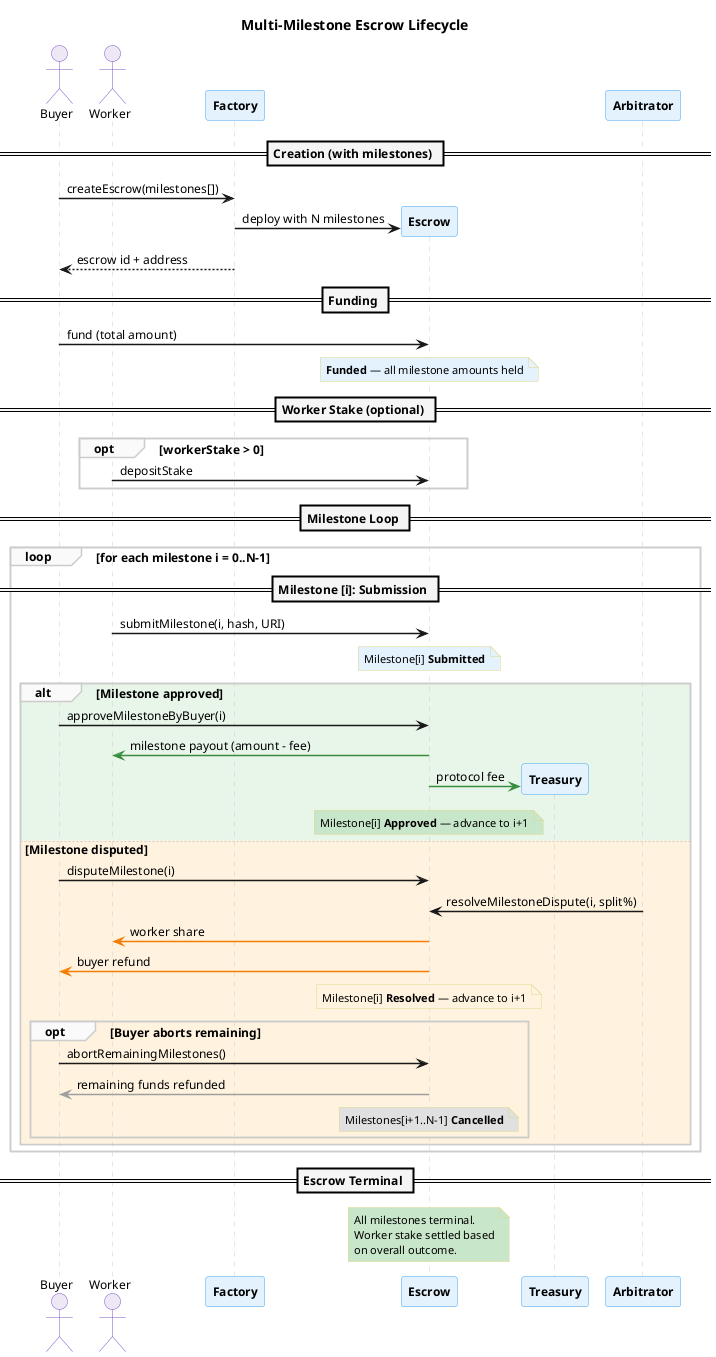
Earlier version of the PlantUML export docs/diagrams/milestone-lifecycle-sequence.png (eddiefleurent/agent-escrow). The source it was exported from:
```plantuml
@startuml milestone-lifecycle-sequence
skinparam backgroundColor #FFFFFF
skinparam defaultFontName "Helvetica"
skinparam defaultFontSize 12
skinparam shadowing false
skinparam sequenceArrowThickness 1.5
skinparam sequenceLifeLineBorderColor #CCCCCC
skinparam sequenceDividerBackgroundColor #F5F5F5
skinparam sequenceDividerFontStyle bold
skinparam sequenceGroupBackgroundColor #FAFAFA
skinparam sequenceGroupBorderColor #CCCCCC

skinparam participant {
  BorderColor #42A5F5
  BackgroundColor #E3F2FD
  FontStyle bold
}

skinparam actor {
  BorderColor #7E57C2
  BackgroundColor #EDE7F6
}

skinparam note {
  BackgroundColor #FFFDE7
  BorderColor #E0D68A
  FontSize 11
}

title Multi-Milestone Escrow Lifecycle

actor "Buyer" as buyer
actor "Worker" as worker
participant "Factory" as factory

== Creation (with milestones) ==

buyer -> factory : createEscrow(milestones[])
factory -> "Escrow" as escrow ** : deploy with N milestones
factory --> buyer : escrow id + address

== Funding ==

buyer -> escrow : fund (total amount)
note over escrow #E3F2FD : **Funded** — all milestone amounts held

== Worker Stake (optional) ==

opt workerStake > 0
  worker -> escrow : depositStake
end

== Milestone Loop ==

loop for each milestone i = 0..N-1

  == Milestone [i]: Submission ==

  worker -> escrow : submitMilestone(i, hash, URI)
  note over escrow #E3F2FD : Milestone[i] **Submitted**

  alt #E8F5E9 Milestone approved
    buyer -> escrow : approveMilestoneByBuyer(i)
    escrow -[#388E3C]> worker : milestone payout (amount - fee)
    escrow -[#388E3C]> "Treasury" as treasury ** #E8F5E9 : protocol fee
    note over escrow #C8E6C9 : Milestone[i] **Approved** — advance to i+1

  else #FFF3E0 Milestone disputed
    buyer -> escrow : disputeMilestone(i)
    "Arbitrator" as arbitrator -> escrow : resolveMilestoneDispute(i, split%)
    escrow -[#F57C00]> worker : worker share
    escrow -[#F57C00]> buyer : buyer refund
    note over escrow #FFF3E0 : Milestone[i] **Resolved** — advance to i+1

    opt Buyer aborts remaining
      buyer -> escrow : abortRemainingMilestones()
      escrow -[#9E9E9E]> buyer : remaining funds refunded
      note over escrow #E0E0E0 : Milestones[i+1..N-1] **Cancelled**
    end
  end

end

== Escrow Terminal ==

note over escrow #C8E6C9
  All milestones terminal.
  Worker stake settled based
  on overall outcome.
end note

@enduml
```
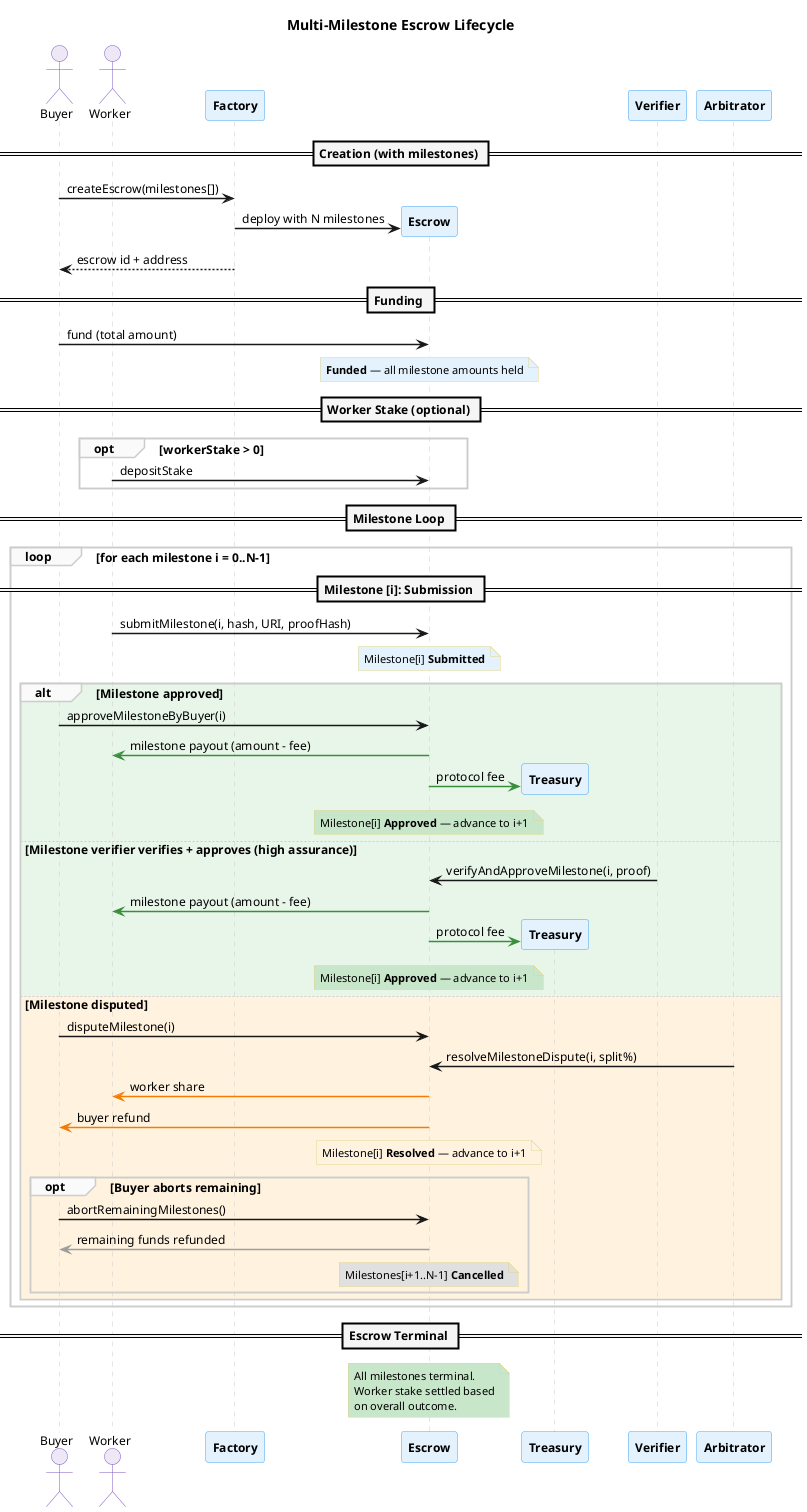
After the change.

The edit, as a diff of the source:
```diff
@@ -56,11 +56,17 @@
 
   == Milestone [i]: Submission ==
 
-  worker -> escrow : submitMilestone(i, hash, URI)
+  worker -> escrow : submitMilestone(i, hash, URI, proofHash)
   note over escrow #E3F2FD : Milestone[i] **Submitted**
 
   alt #E8F5E9 Milestone approved
     buyer -> escrow : approveMilestoneByBuyer(i)
+    escrow -[#388E3C]> worker : milestone payout (amount - fee)
+    escrow -[#388E3C]> "Treasury" as treasury ** #E8F5E9 : protocol fee
+    note over escrow #C8E6C9 : Milestone[i] **Approved** — advance to i+1
+
+  else #E8F5E9 Milestone verifier verifies + approves (high assurance)
+    "Verifier" as verifier -> escrow : verifyAndApproveMilestone(i, proof)
     escrow -[#388E3C]> worker : milestone payout (amount - fee)
     escrow -[#388E3C]> "Treasury" as treasury ** #E8F5E9 : protocol fee
     note over escrow #C8E6C9 : Milestone[i] **Approved** — advance to i+1
```
